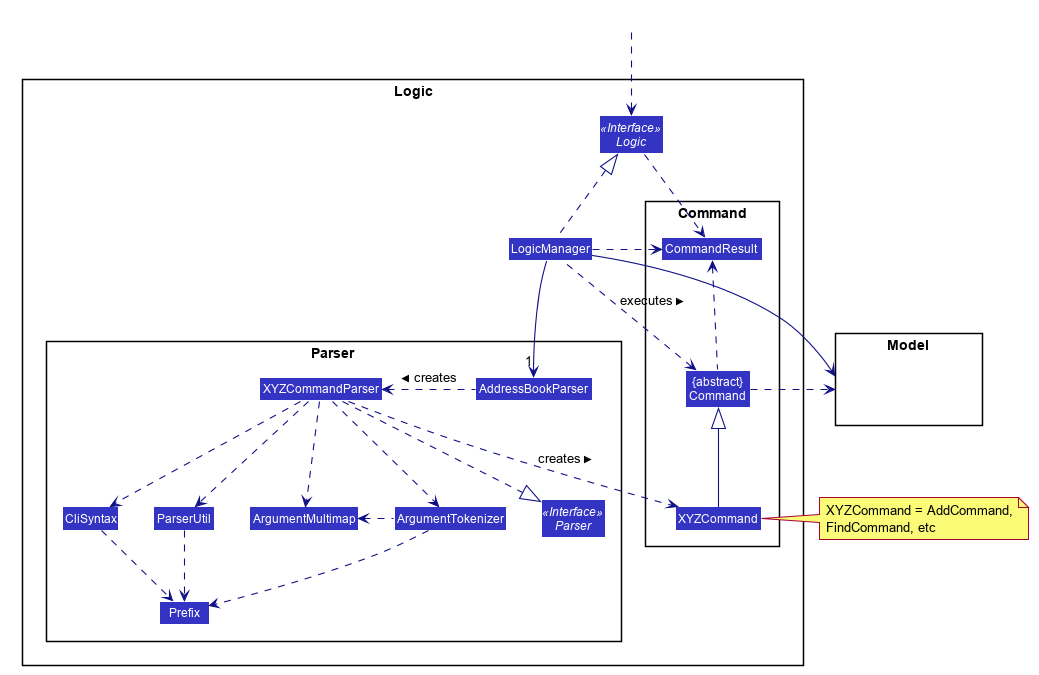
This is docs/images/LogicClassDiagram.png from nus-cs2103-AY2021S2/tp, a PlantUML export, as it was before one commit.
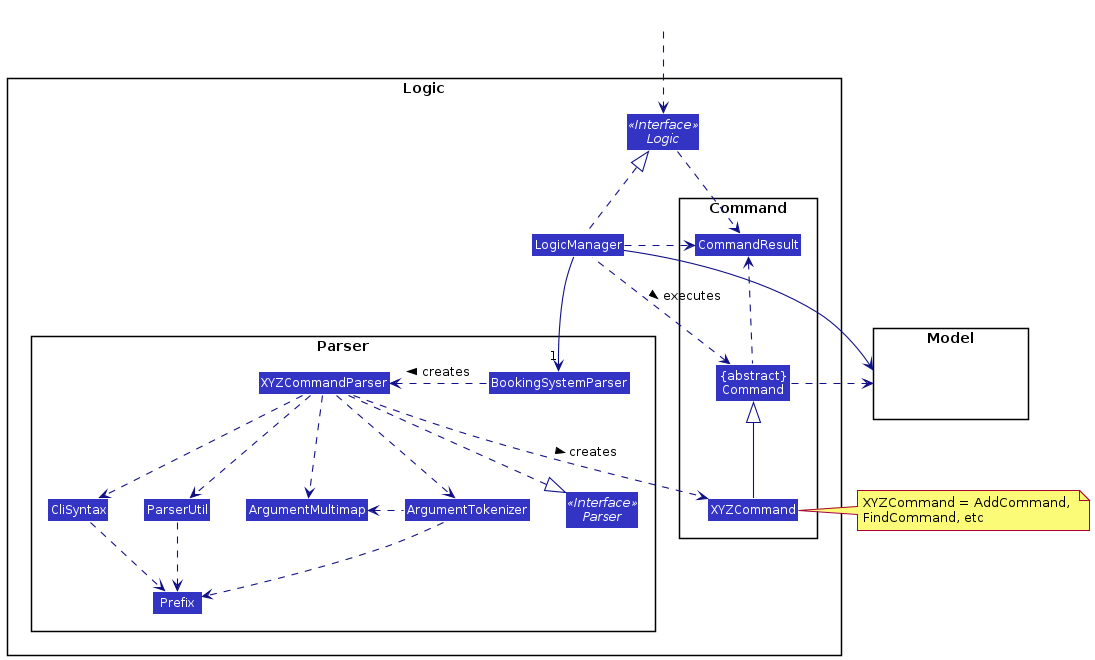
Above is the later version.

The edit, as a diff of the source:
```diff
@@ -1,61 +1,14 @@
 @startuml
-
-
-
-
-
-
-
-
-skinparam BackgroundColor #FFFFFFF
-
-skinparam Shadowing false
-
-skinparam Class {
-    FontColor #FFFFFF
-    BorderThickness 1
-    BorderColor #FFFFFF
-    StereotypeFontColor #FFFFFF
-    FontName Arial
-}
-
-skinparam Actor {
-    BorderColor #000000
-    Color #000000
-    FontName Arial
-}
-
-skinparam Sequence {
-    MessageAlign center
-    BoxFontSize 15
-    BoxPadding 0
-    BoxFontColor #FFFFFF
-    FontName Arial
-}
-
-skinparam Participant {
-    FontColor #FFFFFFF
-    Padding 20
-}
-
-skinparam MinClassWidth 50
-skinparam ParticipantPadding 10
-skinparam Shadowing false
-skinparam DefaultTextAlignment center
-skinparam packageStyle Rectangle
-
-hide footbox
-hide members
-hide circle
+!include style.puml
 skinparam arrowThickness 1.1
-skinparam arrowColor #101086
-skinparam classBackgroundColor #3333C4
+skinparam arrowColor LOGIC_COLOR_T4
+skinparam classBackgroundColor LOGIC_COLOR
 
 package Logic {
 
 package Parser {
 Interface Parser <<Interface>>
-Class AddressBookParser
+Class BookingSystemParser
 Class XYZCommandParser
 Class CliSyntax
 Class ParserUtil
@@ -82,8 +35,8 @@
 HiddenOutside ..> Logic
 
 LogicManager .up.|> Logic
-LogicManager -->"1" AddressBookParser
-AddressBookParser .left.> XYZCommandParser: creates >
+LogicManager -->"1" BookingSystemParser
+BookingSystemParser .left.> XYZCommandParser: creates >
 
 XYZCommandParser ..> XYZCommand : creates >
 XYZCommandParser ..|> Parser
```
